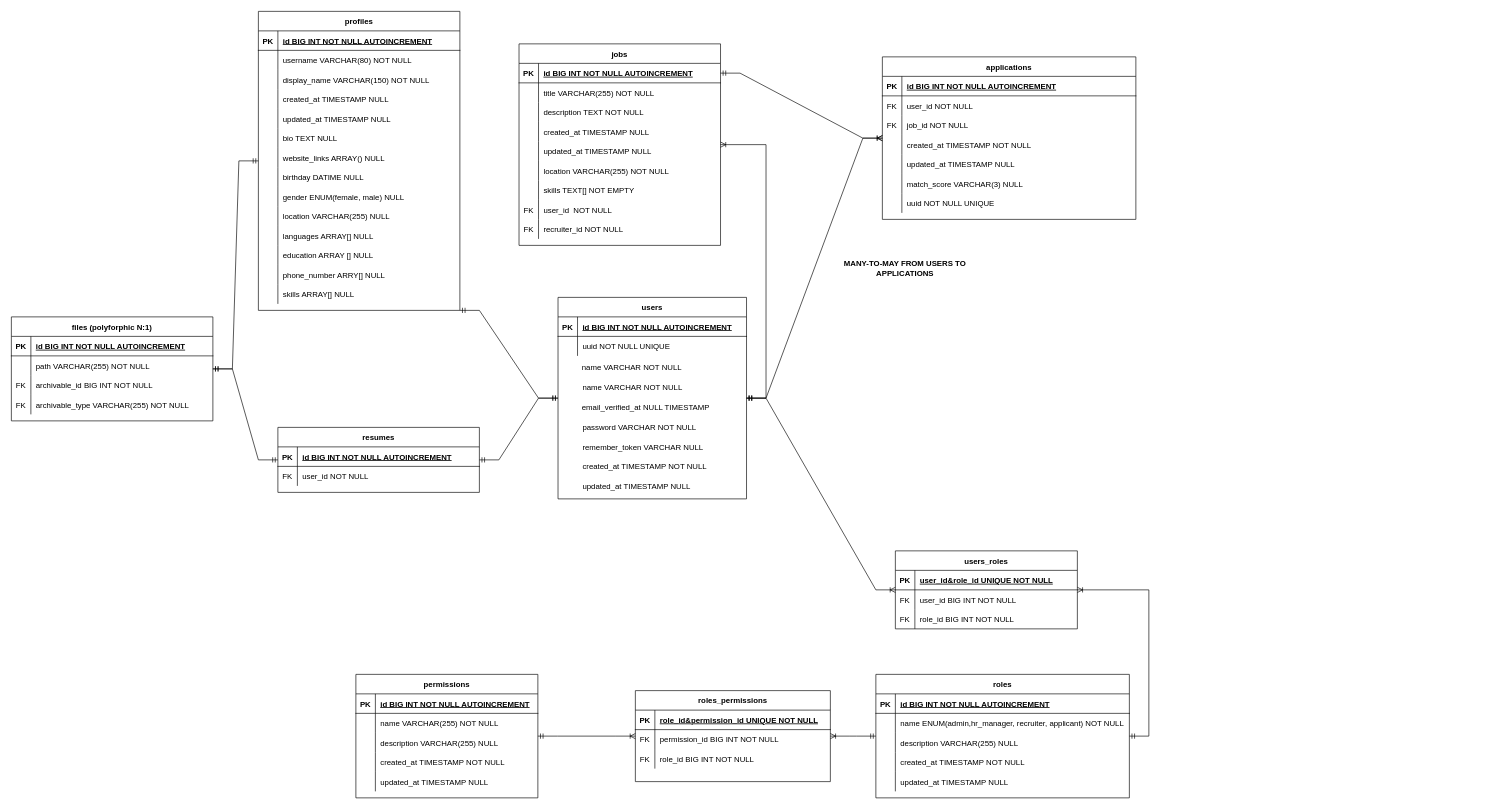
Earlier version of the draw.io diagram documentation/db_diagram.drawio (cristian2213/Smart-Recruitment-Analytics-Platform). Source tidied: cells renumbered, new cells numbered last; positions are measured from the earlier drawing's top-left corner, leaving out a move shared by most shapes. Both pictures are drawn from the tidied source at 65%, with x=0, y=0 at pixel (11, 11).
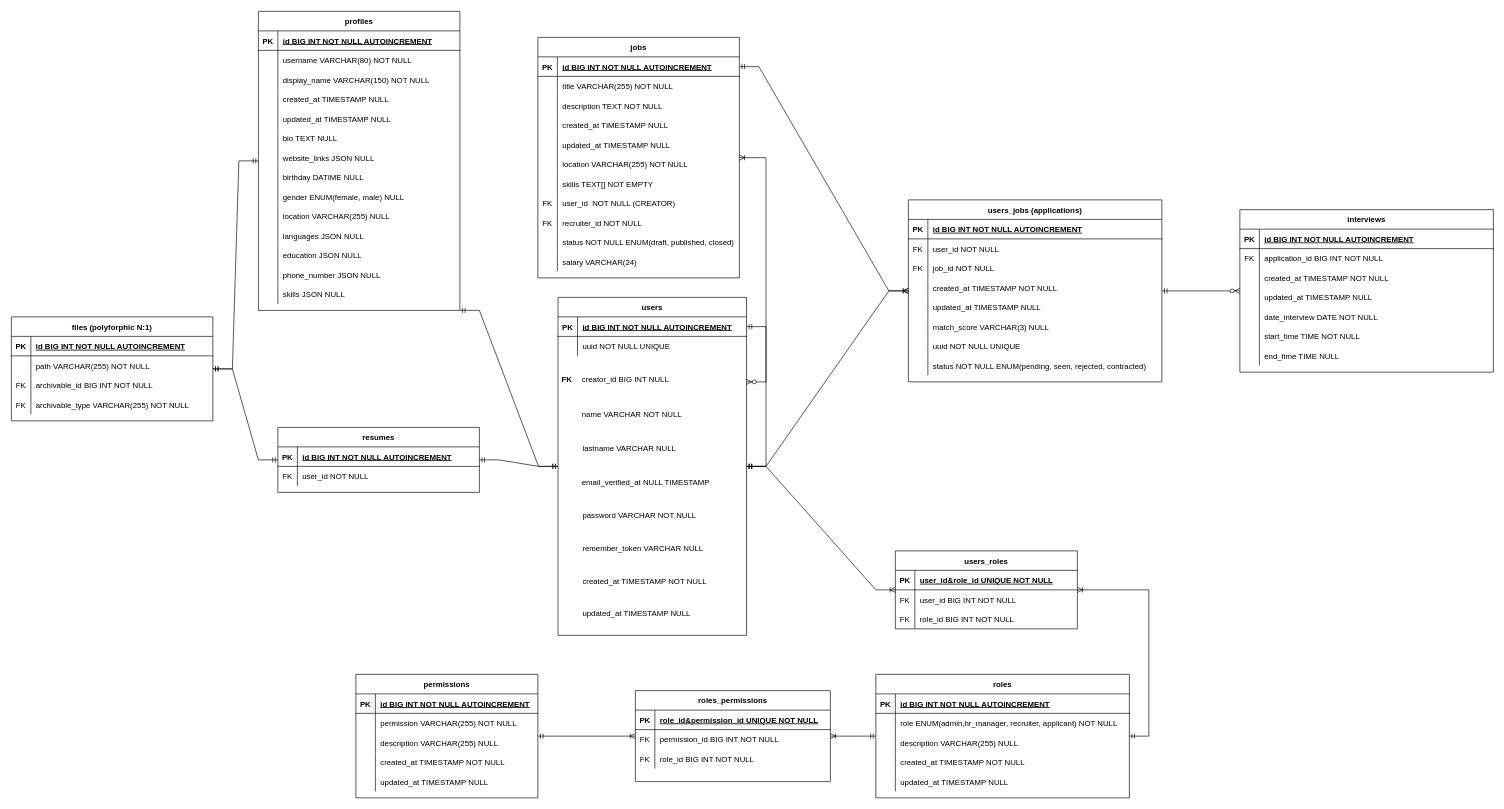
The same diagram, later.

The change refers to these unchanged cells:
```xml
<mxCell id="6" style="shape=partialRectangle;fillColor=none;top=0;left=0;right=0;bottom=0;" parent="2" vertex="1">
  <mxGeometry y="60" width="390" height="30" as="geometry" />
</mxCell>
<mxCell id="20" style="shape=partialRectangle;fillColor=none;points=[[0,0.5],[1,0.5]];portConstraint=eastwest;top=0;left=0;right=0;bottom=1;" parent="19" vertex="1">
  <mxGeometry y="30" width="290" height="30" as="geometry" />
</mxCell>
<mxCell id="73" style="shape=partialRectangle;fillColor=none;top=0;left=0;right=0;bottom=0;" parent="69" vertex="1">
  <mxGeometry y="60" width="280" height="30" as="geometry" />
</mxCell>
<mxCell id="122" style="shape=partialRectangle;fillColor=none;top=0;left=0;right=0;bottom=0;" parent="100" vertex="1">
  <mxGeometry y="240" width="310" height="30" as="geometry" />
</mxCell>
<mxCell id="155" style="shape=partialRectangle;fillColor=none;top=0;left=0;right=0;bottom=0;" parent="136" vertex="1">
  <mxGeometry y="210" width="310" height="30" as="geometry" />
</mxCell>
<mxCell id="167" style="shape=partialRectangle;fillColor=none;top=0;left=0;right=0;bottom=0;" parent="136" vertex="1">
  <mxGeometry y="330" width="310" height="30" as="geometry" />
</mxCell>
<mxCell id="170" style="shape=partialRectangle;fillColor=none;top=0;left=0;right=0;bottom=0;" parent="136" vertex="1">
  <mxGeometry y="360" width="310" height="30" as="geometry" />
</mxCell>
<mxCell id="173" style="shape=partialRectangle;fillColor=none;top=0;left=0;right=0;bottom=0;" parent="136" vertex="1">
  <mxGeometry y="390" width="310" height="30" as="geometry" />
</mxCell>
<mxCell id="176" style="shape=partialRectangle;fillColor=none;top=0;left=0;right=0;bottom=0;" parent="136" vertex="1">
  <mxGeometry y="420" width="310" height="30" as="geometry" />
</mxCell>
```

Change to the diagram source:
```diff
@@
-    <mxCell id="8" value="name ENUM(admin,hr_manager, recruiter, applicant) NOT NULL" style="shape=partialRectangle;overflow=hidden;fillColor=none;top=0;left=0;bottom=0;right=0;align=left;spacingLeft=6;" parent="6" vertex="1">
+    <mxCell id="8" value="role ENUM(admin,hr_manager, recruiter, applicant) NOT NULL" style="shape=partialRectangle;overflow=hidden;fillColor=none;top=0;left=0;bottom=0;right=0;align=left;spacingLeft=6;" parent="6" vertex="1">
       <mxGeometry x="30" width="360" height="30" as="geometry" />
     </mxCell>
@@
     <mxCell id="18" style="group;" parent="1" vertex="1">
-      <mxGeometry x="840" y="440" width="291" height="310" as="geometry" />
+      <mxGeometry x="840" y="440" width="291" height="520" as="geometry" />
     </mxCell>
     <mxCell id="19" value="users" style="shape=table;startSize=30;childLayout=tableLayout;rowLines=0;fontStyle=1;align=center;" parent="18" vertex="1">
-      <mxGeometry x="1" width="290" height="310" as="geometry" />
+      <mxGeometry x="1" width="290" height="520" as="geometry" />
     </mxCell>
@@
+    <mxCell id="208" style="edgeStyle=entityRelationEdgeStyle;fontSize=12;html=1;endArrow=ERzeroToMany;startArrow=ERmandOne;rounded=0;entryX=1;entryY=0.25;entryDx=0;entryDy=0;" parent="19" edge="1" source="20" target="19">
+      <mxGeometry relative="1" as="geometry">
+        <Array as="points">
+          <mxPoint x="-101" y="10" />
+          <mxPoint x="-41" y="60" />
+          <mxPoint x="-11" y="100" />
+          <mxPoint x="-41" y="60" />
+          <mxPoint x="-331" y="20" />
+          <mxPoint x="-411" y="80" />
+        </Array>
+      </mxGeometry>
+    </mxCell>
     <mxCell id="26" style="shape=partialRectangle;fillColor=none;top=0;left=0;right=0;bottom=0;" parent="18" vertex="1">
-      <mxGeometry y="92" width="250" height="30" as="geometry" />
+      <mxGeometry y="154.3" width="250" height="50.3" as="geometry" />
     </mxCell>
     <mxCell id="27" style="shape=partialRectangle;overflow=hidden;fillColor=none;top=0;left=0;bottom=0;right=0;" parent="26" vertex="1">
-      <mxGeometry width="30" height="30" as="geometry" />
+      <mxGeometry width="30" height="50.3" as="geometry" />
     </mxCell>
     <mxCell id="28" value="name VARCHAR NOT NULL" style="shape=partialRectangle;overflow=hidden;fillColor=none;top=0;left=0;bottom=0;right=0;align=left;spacingLeft=6;" parent="26" vertex="1">
-      <mxGeometry x="30" width="220" height="30" as="geometry" />
+      <mxGeometry x="30" width="220" height="50.3" as="geometry" />
     </mxCell>
     <mxCell id="29" style="shape=partialRectangle;fillColor=none;top=0;left=0;right=0;bottom=0;" parent="18" vertex="1">
-      <mxGeometry x="1" y="123" width="250" height="31" as="geometry" />
+      <mxGeometry x="1" y="206.3" width="250" height="52" as="geometry" />
     </mxCell>
     <mxCell id="30" style="shape=partialRectangle;overflow=hidden;fillColor=none;top=0;left=0;bottom=0;right=0;" parent="29" vertex="1">
-      <mxGeometry width="30" height="30" as="geometry" />
+      <mxGeometry width="30" height="50.3" as="geometry" />
     </mxCell>
-    <mxCell id="31" value="name VARCHAR NOT NULL" style="shape=partialRectangle;overflow=hidden;fillColor=none;top=0;left=0;bottom=0;right=0;align=left;spacingLeft=6;" parent="29" vertex="1">
-      <mxGeometry x="30" width="220" height="30" as="geometry" />
+    <mxCell id="31" value="lastname VARCHAR NULL" style="shape=partialRectangle;overflow=hidden;fillColor=none;top=0;left=0;bottom=0;right=0;align=left;spacingLeft=6;" parent="29" vertex="1">
+      <mxGeometry x="30" width="220" height="50.3" as="geometry" />
     </mxCell>
     <mxCell id="32" style="shape=partialRectangle;fillColor=none;top=0;left=0;right=0;bottom=0;" parent="18" vertex="1">
-      <mxGeometry y="154" width="250" height="31" as="geometry" />
+      <mxGeometry y="258.3" width="250" height="52" as="geometry" />
     </mxCell>
     <mxCell id="33" style="shape=partialRectangle;overflow=hidden;fillColor=none;top=0;left=0;bottom=0;right=0;" parent="32" vertex="1">
-      <mxGeometry width="30" height="30" as="geometry" />
+      <mxGeometry width="30" height="50.3" as="geometry" />
     </mxCell>
     <mxCell id="34" value="email_verified_at NULL TIMESTAMP" style="shape=partialRectangle;overflow=hidden;fillColor=none;top=0;left=0;bottom=0;right=0;align=left;spacingLeft=6;" parent="32" vertex="1">
-      <mxGeometry x="30" width="220" height="30" as="geometry" />
+      <mxGeometry x="30" width="220" height="50.3" as="geometry" />
     </mxCell>
     <mxCell id="35" style="shape=partialRectangle;fillColor=none;top=0;left=0;right=0;bottom=0;" parent="18" vertex="1">
-      <mxGeometry x="1" y="185" width="250" height="32" as="geometry" />
+      <mxGeometry x="1" y="310.3" width="250" height="53.7" as="geometry" />
     </mxCell>
     <mxCell id="36" style="shape=partialRectangle;overflow=hidden;fillColor=none;top=0;left=0;bottom=0;right=0;" parent="35" vertex="1">
-      <mxGeometry width="30" height="30" as="geometry" />
+      <mxGeometry width="30" height="50.3" as="geometry" />
     </mxCell>
     <mxCell id="37" value="password VARCHAR NOT NULL" style="shape=partialRectangle;overflow=hidden;fillColor=none;top=0;left=0;bottom=0;right=0;align=left;spacingLeft=6;" parent="35" vertex="1">
-      <mxGeometry x="30" width="220" height="30" as="geometry" />
+      <mxGeometry x="30" width="220" height="50.3" as="geometry" />
     </mxCell>
     <mxCell id="38" style="shape=partialRectangle;fillColor=none;top=0;left=0;right=0;bottom=0;" parent="18" vertex="1">
-      <mxGeometry x="1" y="215" width="250" height="32" as="geometry" />
+      <mxGeometry x="1" y="360.6" width="250" height="53.7" as="geometry" />
     </mxCell>
     <mxCell id="39" style="shape=partialRectangle;overflow=hidden;fillColor=none;top=0;left=0;bottom=0;right=0;" parent="38" vertex="1">
-      <mxGeometry width="30" height="30" as="geometry" />
+      <mxGeometry width="30" height="50.3" as="geometry" />
     </mxCell>
     <mxCell id="40" value="remember_token VARCHAR NULL" style="shape=partialRectangle;overflow=hidden;fillColor=none;top=0;left=0;bottom=0;right=0;align=left;spacingLeft=6;" parent="38" vertex="1">
-      <mxGeometry x="30" width="220" height="30" as="geometry" />
+      <mxGeometry x="30" width="220" height="50.3" as="geometry" />
     </mxCell>
     <mxCell id="41" style="shape=partialRectangle;fillColor=none;top=0;left=0;right=0;bottom=0;" parent="18" vertex="1">
-      <mxGeometry x="1" y="245" width="250" height="32" as="geometry" />
+      <mxGeometry x="1" y="411" width="250" height="53.7" as="geometry" />
     </mxCell>
     <mxCell id="42" style="shape=partialRectangle;overflow=hidden;fillColor=none;top=0;left=0;bottom=0;right=0;" parent="41" vertex="1">
-      <mxGeometry width="30" height="30" as="geometry" />
+      <mxGeometry width="30" height="50.3" as="geometry" />
     </mxCell>
     <mxCell id="43" value="created_at TIMESTAMP NOT NULL    " style="shape=partialRectangle;overflow=hidden;fillColor=none;top=0;left=0;bottom=0;right=0;align=left;spacingLeft=6;fontStyle=0;" parent="41" vertex="1">
-      <mxGeometry x="30" width="220" height="30" as="geometry" />
+      <mxGeometry x="30" width="220" height="50.3" as="geometry" />
     </mxCell>
     <mxCell id="44" style="shape=partialRectangle;fillColor=none;top=0;left=0;right=0;bottom=0;" parent="18" vertex="1">
-      <mxGeometry x="1" y="275" width="250" height="32" as="geometry" />
+      <mxGeometry x="1" y="461.3" width="250" height="53.7" as="geometry" />
     </mxCell>
     <mxCell id="45" style="shape=partialRectangle;overflow=hidden;fillColor=none;top=0;left=0;bottom=0;right=0;" parent="44" vertex="1">
-      <mxGeometry width="30" height="30" as="geometry" />
+      <mxGeometry width="30" height="50.3" as="geometry" />
     </mxCell>
     <mxCell id="46" value="updated_at TIMESTAMP NULL" style="shape=partialRectangle;overflow=hidden;fillColor=none;top=0;left=0;bottom=0;right=0;align=left;spacingLeft=6;fontStyle=0;" parent="44" vertex="1">
-      <mxGeometry x="30" width="220" height="30" as="geometry" />
+      <mxGeometry x="30" width="220" height="50.3" as="geometry" />
     </mxCell>
+    <mxCell id="209" style="shape=partialRectangle;fillColor=none;top=0;left=0;right=0;bottom=0;" parent="18" vertex="1">
+      <mxGeometry y="100" width="280" height="50.3" as="geometry" />
+    </mxCell>
+    <mxCell id="210" value="FK" style="shape=partialRectangle;overflow=hidden;fillColor=none;top=0;left=0;bottom=0;right=0;fontStyle=1;" parent="209" vertex="1">
+      <mxGeometry width="30" height="50.3" as="geometry" />
+    </mxCell>
+    <mxCell id="211" value="creator_id BIG INT NULL" style="shape=partialRectangle;overflow=hidden;fillColor=none;top=0;left=0;bottom=0;right=0;align=left;spacingLeft=6;" parent="209" vertex="1">
+      <mxGeometry x="30" width="250" height="50.3" as="geometry" />
+    </mxCell>
@@
-    <mxCell id="75" value="name VARCHAR(255) NOT NULL" style="shape=partialRectangle;overflow=hidden;fillColor=none;top=0;left=0;bottom=0;right=0;align=left;spacingLeft=6;" parent="73" vertex="1">
+    <mxCell id="75" value="permission VARCHAR(255) NOT NULL" style="shape=partialRectangle;overflow=hidden;fillColor=none;top=0;left=0;bottom=0;right=0;align=left;spacingLeft=6;" parent="73" vertex="1">
       <mxGeometry x="30" width="250" height="30" as="geometry" />
     </mxCell>
@@
     <mxCell id="100" value="jobs" style="shape=table;startSize=30;childLayout=tableLayout;rowLines=0;fontStyle=1;align=center;" parent="1" vertex="1">
-      <mxGeometry x="781" y="50" width="310" height="310" as="geometry" />
+      <mxGeometry x="810" y="40" width="310" height="370" as="geometry" />
     </mxCell>
@@
-    <mxCell id="124" value="user_id  NOT NULL" style="shape=partialRectangle;overflow=hidden;fillColor=none;top=0;left=0;bottom=0;right=0;align=left;spacingLeft=6;" parent="122" vertex="1">
+    <mxCell id="124" value="user_id  NOT NULL (CREATOR)" style="shape=partialRectangle;overflow=hidden;fillColor=none;top=0;left=0;bottom=0;right=0;align=left;spacingLeft=6;" parent="122" vertex="1">
       <mxGeometry x="30" width="280" height="30" as="geometry" />
     </mxCell>
@@
+    <mxCell id="212" style="shape=partialRectangle;fillColor=none;top=0;left=0;right=0;bottom=0;" parent="100" vertex="1">
+      <mxGeometry y="300" width="310" height="30" as="geometry" />
+    </mxCell>
+    <mxCell id="213" style="shape=partialRectangle;overflow=hidden;fillColor=none;top=0;left=0;bottom=0;right=0;" parent="212" vertex="1">
+      <mxGeometry width="30" height="30" as="geometry" />
+    </mxCell>
+    <mxCell id="214" value="status NOT NULL ENUM(draft, published, closed)" style="shape=partialRectangle;overflow=hidden;fillColor=none;top=0;left=0;bottom=0;right=0;align=left;spacingLeft=6;" parent="212" vertex="1">
+      <mxGeometry x="30" width="280" height="30" as="geometry" />
+    </mxCell>
+    <mxCell id="215" style="shape=partialRectangle;fillColor=none;top=0;left=0;right=0;bottom=0;" parent="100" vertex="1">
+      <mxGeometry y="330" width="310" height="30" as="geometry" />
+    </mxCell>
+    <mxCell id="216" style="shape=partialRectangle;overflow=hidden;fillColor=none;top=0;left=0;bottom=0;right=0;" parent="215" vertex="1">
+      <mxGeometry width="30" height="30" as="geometry" />
+    </mxCell>
+    <mxCell id="217" value="salary VARCHAR(24)" style="shape=partialRectangle;overflow=hidden;fillColor=none;top=0;left=0;bottom=0;right=0;align=left;spacingLeft=6;" parent="215" vertex="1">
+      <mxGeometry x="30" width="280" height="30" as="geometry" />
+    </mxCell>
@@
-    <mxCell id="157" value="website_links ARRAY() NULL" style="shape=partialRectangle;overflow=hidden;fillColor=none;top=0;left=0;bottom=0;right=0;align=left;spacingLeft=6;" parent="155" vertex="1">
+    <mxCell id="157" value="website_links JSON NULL" style="shape=partialRectangle;overflow=hidden;fillColor=none;top=0;left=0;bottom=0;right=0;align=left;spacingLeft=6;" parent="155" vertex="1">
       <mxGeometry x="30" width="280" height="30" as="geometry" />
     </mxCell>
@@
-    <mxCell id="169" value="languages ARRAY[] NULL" style="shape=partialRectangle;overflow=hidden;fillColor=none;top=0;left=0;bottom=0;right=0;align=left;spacingLeft=6;" parent="167" vertex="1">
+    <mxCell id="169" value="languages JSON NULL" style="shape=partialRectangle;overflow=hidden;fillColor=none;top=0;left=0;bottom=0;right=0;align=left;spacingLeft=6;" parent="167" vertex="1">
       <mxGeometry x="30" width="280" height="30" as="geometry" />
     </mxCell>
@@
-    <mxCell id="172" value="education ARRAY [] NULL" style="shape=partialRectangle;overflow=hidden;fillColor=none;top=0;left=0;bottom=0;right=0;align=left;spacingLeft=6;" parent="170" vertex="1">
+    <mxCell id="172" value="education JSON NULL" style="shape=partialRectangle;overflow=hidden;fillColor=none;top=0;left=0;bottom=0;right=0;align=left;spacingLeft=6;" parent="170" vertex="1">
       <mxGeometry x="30" width="280" height="30" as="geometry" />
     </mxCell>
@@
-    <mxCell id="175" value="phone_number ARRY[] NULL" style="shape=partialRectangle;overflow=hidden;fillColor=none;top=0;left=0;bottom=0;right=0;align=left;spacingLeft=6;" parent="173" vertex="1">
+    <mxCell id="175" value="phone_number JSON NULL" style="shape=partialRectangle;overflow=hidden;fillColor=none;top=0;left=0;bottom=0;right=0;align=left;spacingLeft=6;" parent="173" vertex="1">
       <mxGeometry x="30" width="280" height="30" as="geometry" />
     </mxCell>
@@
-    <mxCell id="178" value="skills ARRAY[] NULL" style="shape=partialRectangle;overflow=hidden;fillColor=none;top=0;left=0;bottom=0;right=0;align=left;spacingLeft=6;" parent="176" vertex="1">
+    <mxCell id="178" value="skills JSON NULL" style="shape=partialRectangle;overflow=hidden;fillColor=none;top=0;left=0;bottom=0;right=0;align=left;spacingLeft=6;" parent="176" vertex="1">
       <mxGeometry x="30" width="280" height="30" as="geometry" />
     </mxCell>
@@
-    <mxCell id="182" value="applications" style="shape=table;startSize=30;childLayout=tableLayout;rowLines=0;fontStyle=1;align=center;" parent="1" vertex="1">
-      <mxGeometry x="1340" y="70" width="390" height="250" as="geometry" />
+    <mxCell id="182" value="users_jobs (applications)" style="shape=table;startSize=30;childLayout=tableLayout;rowLines=0;fontStyle=1;align=center;" parent="1" vertex="1">
+      <mxGeometry x="1380" y="290" width="390" height="280" as="geometry" />
     </mxCell>
@@
+    <mxCell id="218" style="shape=partialRectangle;fillColor=none;top=0;left=0;right=0;bottom=0;" parent="182" vertex="1">
+      <mxGeometry y="240" width="390" height="30" as="geometry" />
+    </mxCell>
+    <mxCell id="219" style="shape=partialRectangle;overflow=hidden;fillColor=none;top=0;left=0;bottom=0;right=0;" parent="218" vertex="1">
+      <mxGeometry width="30" height="30" as="geometry" />
+    </mxCell>
+    <mxCell id="220" value="status NOT NULL ENUM(pending, seen, rejected, contracted)" style="shape=partialRectangle;overflow=hidden;fillColor=none;top=0;left=0;bottom=0;right=0;align=left;spacingLeft=6;" parent="218" vertex="1">
+      <mxGeometry x="30" width="360" height="30" as="geometry" />
+    </mxCell>
@@
-    <mxCell id="207" value="&lt;b&gt;MANY-TO-MAY FROM USERS TO APPLICATIONS&lt;/b&gt;" style="text;html=1;strokeColor=none;fillColor=none;align=center;verticalAlign=middle;whiteSpace=wrap;rounded=0;" parent="1" vertex="1">
-      <mxGeometry x="1270" y="350" width="210" height="90" as="geometry" />
-    </mxCell>
+    <mxCell id="221" value="interviews" style="shape=table;startSize=30;childLayout=tableLayout;rowLines=0;fontStyle=1;align=center;" parent="1" vertex="1">
+      <mxGeometry x="1890" y="305" width="390" height="250" as="geometry" />
+    </mxCell>
+    <mxCell id="222" style="shape=partialRectangle;fillColor=none;top=0;left=0;right=0;bottom=1;" parent="221" vertex="1">
+      <mxGeometry y="30" width="390" height="30" as="geometry" />
+    </mxCell>
+    <mxCell id="223" value="PK" style="shape=partialRectangle;overflow=hidden;fillColor=none;top=0;left=0;bottom=0;right=0;fontStyle=1;" parent="222" vertex="1">
+      <mxGeometry width="30" height="30" as="geometry" />
+    </mxCell>
+    <mxCell id="224" value="id BIG INT NOT NULL AUTOINCREMENT" style="shape=partialRectangle;overflow=hidden;fillColor=none;top=0;left=0;bottom=0;right=0;align=left;spacingLeft=6;fontStyle=5;" parent="222" vertex="1">
+      <mxGeometry x="30" width="360" height="30" as="geometry" />
+    </mxCell>
+    <mxCell id="225" style="shape=partialRectangle;fillColor=none;top=0;left=0;right=0;bottom=0;" parent="221" vertex="1">
+      <mxGeometry y="60" width="390" height="30" as="geometry" />
+    </mxCell>
+    <mxCell id="226" value="FK" style="shape=partialRectangle;overflow=hidden;fillColor=none;top=0;left=0;bottom=0;right=0;" parent="225" vertex="1">
+      <mxGeometry width="30" height="30" as="geometry" />
+    </mxCell>
+    <mxCell id="227" value="application_id BIG INT NOT NULL" style="shape=partialRectangle;overflow=hidden;fillColor=none;top=0;left=0;bottom=0;right=0;align=left;spacingLeft=6;" parent="225" vertex="1">
+      <mxGeometry x="30" width="360" height="30" as="geometry" />
+    </mxCell>
+    <mxCell id="228" style="shape=partialRectangle;fillColor=none;top=0;left=0;right=0;bottom=0;" parent="221" vertex="1">
+      <mxGeometry y="90" width="390" height="30" as="geometry" />
+    </mxCell>
+    <mxCell id="229" style="shape=partialRectangle;overflow=hidden;fillColor=none;top=0;left=0;bottom=0;right=0;" parent="228" vertex="1">
+      <mxGeometry width="30" height="30" as="geometry" />
+    </mxCell>
+    <mxCell id="230" value="created_at TIMESTAMP NOT NULL" style="shape=partialRectangle;overflow=hidden;fillColor=none;top=0;left=0;bottom=0;right=0;align=left;spacingLeft=6;" parent="228" vertex="1">
+      <mxGeometry x="30" width="360" height="30" as="geometry" />
+    </mxCell>
+    <mxCell id="231" style="shape=partialRectangle;fillColor=none;top=0;left=0;right=0;bottom=0;" parent="221" vertex="1">
+      <mxGeometry y="120" width="390" height="30" as="geometry" />
+    </mxCell>
+    <mxCell id="232" style="shape=partialRectangle;overflow=hidden;fillColor=none;top=0;left=0;bottom=0;right=0;" parent="231" vertex="1">
+      <mxGeometry width="30" height="30" as="geometry" />
+    </mxCell>
+    <mxCell id="233" value="updated_at TIMESTAMP NULL" style="shape=partialRectangle;overflow=hidden;fillColor=none;top=0;left=0;bottom=0;right=0;align=left;spacingLeft=6;" parent="231" vertex="1">
+      <mxGeometry x="30" width="360" height="30" as="geometry" />
+    </mxCell>
+    <mxCell id="234" style="shape=partialRectangle;fillColor=none;top=0;left=0;right=0;bottom=0;" parent="221" vertex="1">
+      <mxGeometry y="150" width="390" height="30" as="geometry" />
+    </mxCell>
+    <mxCell id="235" style="shape=partialRectangle;overflow=hidden;fillColor=none;top=0;left=0;bottom=0;right=0;" parent="234" vertex="1">
+      <mxGeometry width="30" height="30" as="geometry" />
+    </mxCell>
+    <mxCell id="236" value="date_interview DATE NOT NULL" style="shape=partialRectangle;overflow=hidden;fillColor=none;top=0;left=0;bottom=0;right=0;align=left;spacingLeft=6;" parent="234" vertex="1">
+      <mxGeometry x="30" width="360" height="30" as="geometry" />
+    </mxCell>
+    <mxCell id="237" style="shape=partialRectangle;fillColor=none;top=0;left=0;right=0;bottom=0;" parent="221" vertex="1">
+      <mxGeometry y="180" width="390" height="30" as="geometry" />
+    </mxCell>
+    <mxCell id="238" style="shape=partialRectangle;overflow=hidden;fillColor=none;top=0;left=0;bottom=0;right=0;" parent="237" vertex="1">
+      <mxGeometry width="30" height="30" as="geometry" />
+    </mxCell>
+    <mxCell id="239" value="start_time TIME NOT NULL" style="shape=partialRectangle;overflow=hidden;fillColor=none;top=0;left=0;bottom=0;right=0;align=left;spacingLeft=6;" parent="237" vertex="1">
+      <mxGeometry x="30" width="360" height="30" as="geometry" />
+    </mxCell>
+    <mxCell id="240" style="shape=partialRectangle;fillColor=none;top=0;left=0;right=0;bottom=0;" parent="221" vertex="1">
+      <mxGeometry y="210" width="390" height="30" as="geometry" />
+    </mxCell>
+    <mxCell id="241" style="shape=partialRectangle;overflow=hidden;fillColor=none;top=0;left=0;bottom=0;right=0;" parent="240" vertex="1">
+      <mxGeometry width="30" height="30" as="geometry" />
+    </mxCell>
+    <mxCell id="242" value="end_time TIME NULL" style="shape=partialRectangle;overflow=hidden;fillColor=none;top=0;left=0;bottom=0;right=0;align=left;spacingLeft=6;" parent="240" vertex="1">
+      <mxGeometry x="30" width="360" height="30" as="geometry" />
+    </mxCell>
+    <mxCell id="243" style="edgeStyle=entityRelationEdgeStyle;fontSize=12;html=1;endArrow=ERzeroToMany;startArrow=ERmandOne;rounded=0;" parent="1" edge="1" source="182" target="221">
+      <mxGeometry relative="1" as="geometry" />
+    </mxCell>
```
